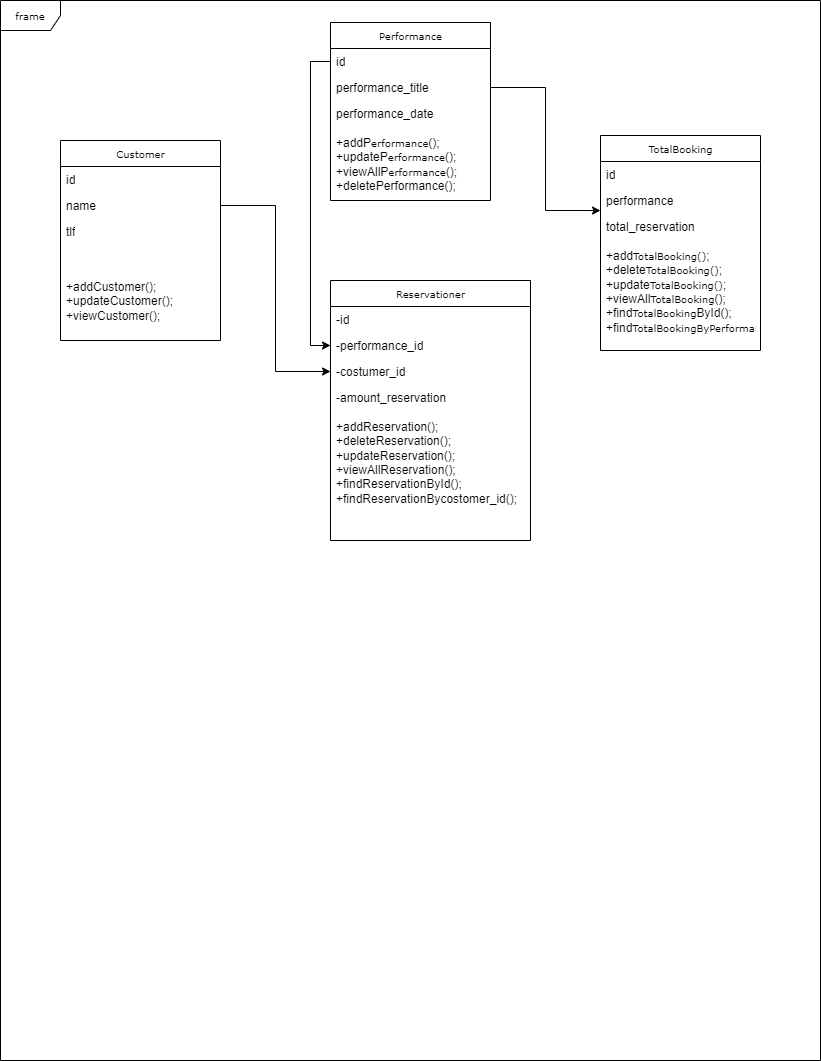
Above: Untitled Diagram.drawio.png in Mahnaz-karimi/Reserveration (draw.io), before the change. Source tidied: cells renumbered, new cells last; positions are measured from the earlier drawing's top-left corner, leaving out a move shared by most shapes.
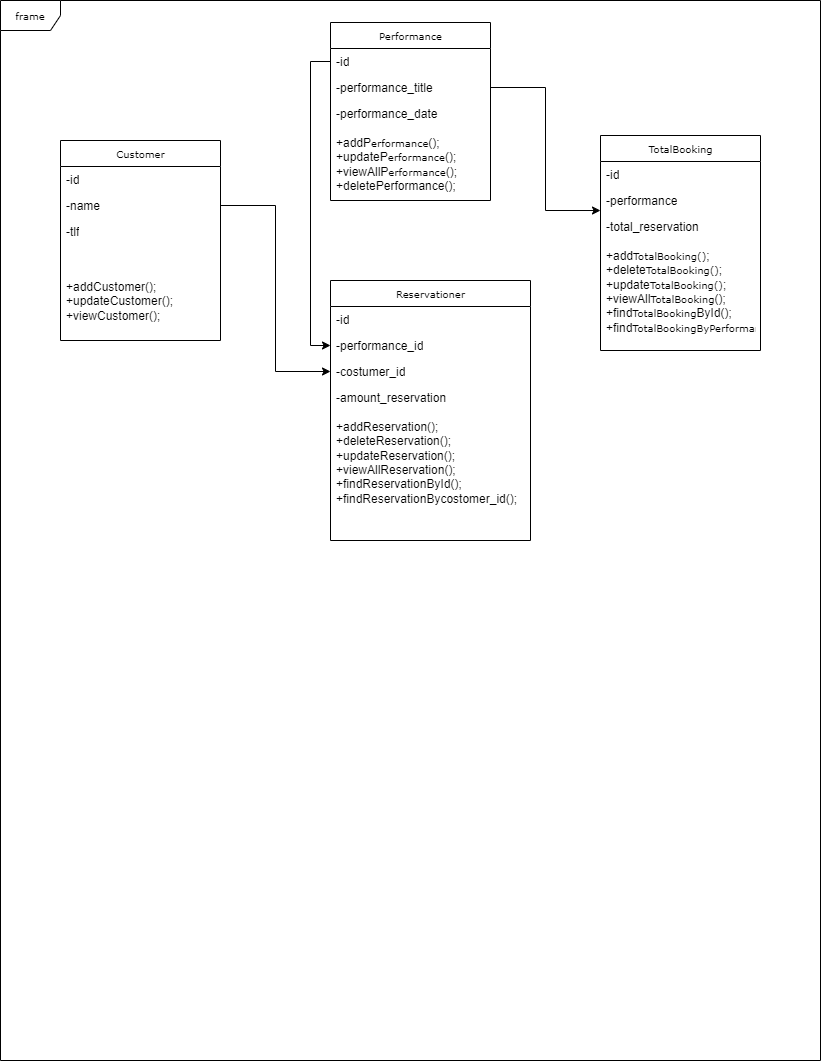
Later version of the same file.

Change to the diagram source:
```diff
@@ -23,37 +23,37 @@
     <mxCell id="8" value="Performance" style="swimlane;html=1;fontStyle=0;horizontal=1;startSize=26;fillColor=none;swimlaneFillColor=#ffffff;rounded=0;shadow=0;comic=0;labelBackgroundColor=none;strokeWidth=1;fontFamily=Verdana;fontSize=10;align=center;" parent="1" vertex="1">
       <mxGeometry x="330" y="22" width="160" height="178" as="geometry" />
     </mxCell>
-    <mxCell id="9" value="id" style="text;html=1;strokeColor=none;fillColor=none;align=left;verticalAlign=top;spacingLeft=4;spacingRight=4;whiteSpace=wrap;overflow=hidden;points=[[0,0.5],[1,0.5]];portConstraint=eastwest;" parent="8" vertex="1">
+    <mxCell id="9" value="-id" style="text;html=1;strokeColor=none;fillColor=none;align=left;verticalAlign=top;spacingLeft=4;spacingRight=4;whiteSpace=wrap;overflow=hidden;points=[[0,0.5],[1,0.5]];portConstraint=eastwest;" parent="8" vertex="1">
       <mxGeometry y="26" width="160" height="26" as="geometry" />
     </mxCell>
-    <mxCell id="10" value="performance_title" style="text;html=1;strokeColor=none;fillColor=none;align=left;verticalAlign=top;spacingLeft=4;spacingRight=4;whiteSpace=wrap;overflow=hidden;points=[[0,0.5],[1,0.5]];portConstraint=eastwest;" parent="8" vertex="1">
+    <mxCell id="10" value="-performance_title" style="text;html=1;strokeColor=none;fillColor=none;align=left;verticalAlign=top;spacingLeft=4;spacingRight=4;whiteSpace=wrap;overflow=hidden;points=[[0,0.5],[1,0.5]];portConstraint=eastwest;" parent="8" vertex="1">
       <mxGeometry y="52" width="160" height="26" as="geometry" />
     </mxCell>
-    <mxCell id="11" value="performance_date&lt;br&gt;&lt;br&gt;+addP&lt;span style=&quot;font-family: Verdana; font-size: 10px; text-align: center;&quot;&gt;erformance&lt;/span&gt;();&lt;br&gt;+updateP&lt;span style=&quot;font-family: Verdana; font-size: 10px; text-align: center;&quot;&gt;erformance&lt;/span&gt;();&lt;br&gt;+viewAllP&lt;span style=&quot;font-family: Verdana; font-size: 10px; text-align: center;&quot;&gt;erformance&lt;/span&gt;();&lt;br&gt;+deletePerformance();" style="text;html=1;strokeColor=none;fillColor=none;align=left;verticalAlign=top;spacingLeft=4;spacingRight=4;whiteSpace=wrap;overflow=hidden;" parent="8" vertex="1">
+    <mxCell id="11" value="-performance_date&lt;br&gt;&lt;br&gt;+addP&lt;span style=&quot;font-family: Verdana; font-size: 10px; text-align: center;&quot;&gt;erformance&lt;/span&gt;();&lt;br&gt;+updateP&lt;span style=&quot;font-family: Verdana; font-size: 10px; text-align: center;&quot;&gt;erformance&lt;/span&gt;();&lt;br&gt;+viewAllP&lt;span style=&quot;font-family: Verdana; font-size: 10px; text-align: center;&quot;&gt;erformance&lt;/span&gt;();&lt;br&gt;+deletePerformance();" style="text;html=1;strokeColor=none;fillColor=none;align=left;verticalAlign=top;spacingLeft=4;spacingRight=4;whiteSpace=wrap;overflow=hidden;" parent="8" vertex="1">
       <mxGeometry y="78" width="160" height="92" as="geometry" />
     </mxCell>
     <mxCell id="12" value="TotalBooking" style="swimlane;html=1;fontStyle=0;horizontal=1;startSize=26;fillColor=none;swimlaneFillColor=#ffffff;rounded=0;shadow=0;comic=0;labelBackgroundColor=none;strokeWidth=1;fontFamily=Verdana;fontSize=10;align=center;" parent="1" vertex="1">
       <mxGeometry x="600" y="135" width="160" height="215" as="geometry" />
     </mxCell>
-    <mxCell id="13" value="id" style="text;html=1;strokeColor=none;fillColor=none;align=left;verticalAlign=top;spacingLeft=4;spacingRight=4;whiteSpace=wrap;overflow=hidden;" parent="12" vertex="1">
+    <mxCell id="13" value="-id" style="text;html=1;strokeColor=none;fillColor=none;align=left;verticalAlign=top;spacingLeft=4;spacingRight=4;whiteSpace=wrap;overflow=hidden;" parent="12" vertex="1">
       <mxGeometry y="26" width="160" height="26" as="geometry" />
     </mxCell>
-    <mxCell id="14" value="performance" style="text;html=1;strokeColor=none;fillColor=none;align=left;verticalAlign=top;spacingLeft=4;spacingRight=4;whiteSpace=wrap;overflow=hidden;points=[[0,0.5],[1,0.5]];portConstraint=eastwest;" parent="12" vertex="1">
+    <mxCell id="14" value="-performance" style="text;html=1;strokeColor=none;fillColor=none;align=left;verticalAlign=top;spacingLeft=4;spacingRight=4;whiteSpace=wrap;overflow=hidden;points=[[0,0.5],[1,0.5]];portConstraint=eastwest;" parent="12" vertex="1">
       <mxGeometry y="52" width="160" height="26" as="geometry" />
     </mxCell>
-    <mxCell id="15" value="total_reservation&lt;br&gt;&lt;br&gt;+add&lt;span style=&quot;font-family: Verdana; font-size: 10px; text-align: center;&quot;&gt;TotalBooking()&lt;/span&gt;;&lt;br&gt;+delete&lt;span style=&quot;font-family: Verdana; font-size: 10px; text-align: center;&quot;&gt;TotalBooking()&lt;/span&gt;;&lt;br&gt;+update&lt;span style=&quot;font-family: Verdana; font-size: 10px; text-align: center;&quot;&gt;TotalBooking()&lt;/span&gt;;&lt;br&gt;+viewAll&lt;span style=&quot;font-family: Verdana; font-size: 10px; text-align: center;&quot;&gt;TotalBooking&lt;/span&gt;();&lt;br&gt;+find&lt;span style=&quot;font-family: Verdana; font-size: 10px; text-align: center;&quot;&gt;TotalBooking&lt;/span&gt;ById();&lt;br&gt;+find&lt;span style=&quot;font-family: Verdana; font-size: 10px; text-align: center;&quot;&gt;TotalBookingByPerformance()&lt;/span&gt;;" style="text;html=1;strokeColor=none;fillColor=none;align=left;verticalAlign=top;spacingLeft=4;spacingRight=4;whiteSpace=wrap;overflow=hidden;" parent="12" vertex="1">
+    <mxCell id="15" value="-total_reservation&lt;br&gt;&lt;br&gt;+add&lt;span style=&quot;font-family: Verdana; font-size: 10px; text-align: center;&quot;&gt;TotalBooking()&lt;/span&gt;;&lt;br&gt;+delete&lt;span style=&quot;font-family: Verdana; font-size: 10px; text-align: center;&quot;&gt;TotalBooking()&lt;/span&gt;;&lt;br&gt;+update&lt;span style=&quot;font-family: Verdana; font-size: 10px; text-align: center;&quot;&gt;TotalBooking()&lt;/span&gt;;&lt;br&gt;+viewAll&lt;span style=&quot;font-family: Verdana; font-size: 10px; text-align: center;&quot;&gt;TotalBooking&lt;/span&gt;();&lt;br&gt;+find&lt;span style=&quot;font-family: Verdana; font-size: 10px; text-align: center;&quot;&gt;TotalBooking&lt;/span&gt;ById();&lt;br&gt;+find&lt;span style=&quot;font-family: Verdana; font-size: 10px; text-align: center;&quot;&gt;TotalBookingByPerformance()&lt;/span&gt;;" style="text;html=1;strokeColor=none;fillColor=none;align=left;verticalAlign=top;spacingLeft=4;spacingRight=4;whiteSpace=wrap;overflow=hidden;" parent="12" vertex="1">
       <mxGeometry y="78" width="160" height="120" as="geometry" />
     </mxCell>
     <mxCell id="16" value="Customer" style="swimlane;html=1;fontStyle=0;horizontal=1;startSize=26;fillColor=none;swimlaneFillColor=#ffffff;rounded=0;shadow=0;comic=0;labelBackgroundColor=none;strokeWidth=1;fontFamily=Verdana;fontSize=10;align=center;" parent="1" vertex="1">
       <mxGeometry x="60" y="140" width="160" height="200" as="geometry" />
     </mxCell>
-    <mxCell id="17" value="id" style="text;html=1;strokeColor=none;fillColor=none;align=left;verticalAlign=top;spacingLeft=4;spacingRight=4;whiteSpace=wrap;overflow=hidden;" parent="16" vertex="1">
+    <mxCell id="17" value="-id" style="text;html=1;strokeColor=none;fillColor=none;align=left;verticalAlign=top;spacingLeft=4;spacingRight=4;whiteSpace=wrap;overflow=hidden;" parent="16" vertex="1">
       <mxGeometry y="26" width="160" height="26" as="geometry" />
     </mxCell>
-    <mxCell id="18" value="name" style="text;html=1;strokeColor=none;fillColor=none;align=left;verticalAlign=top;spacingLeft=4;spacingRight=4;whiteSpace=wrap;overflow=hidden;points=[[0,0.5],[1,0.5]];portConstraint=eastwest;" parent="16" vertex="1">
+    <mxCell id="18" value="-name" style="text;html=1;strokeColor=none;fillColor=none;align=left;verticalAlign=top;spacingLeft=4;spacingRight=4;whiteSpace=wrap;overflow=hidden;points=[[0,0.5],[1,0.5]];portConstraint=eastwest;" parent="16" vertex="1">
       <mxGeometry y="52" width="160" height="26" as="geometry" />
     </mxCell>
-    <mxCell id="19" value="tlf" style="text;html=1;strokeColor=none;fillColor=none;align=left;verticalAlign=top;spacingLeft=4;spacingRight=4;whiteSpace=wrap;overflow=hidden;" parent="16" vertex="1">
+    <mxCell id="19" value="-tlf" style="text;html=1;strokeColor=none;fillColor=none;align=left;verticalAlign=top;spacingLeft=4;spacingRight=4;whiteSpace=wrap;overflow=hidden;" parent="16" vertex="1">
       <mxGeometry y="78" width="160" height="26" as="geometry" />
     </mxCell>
     <mxCell id="20" value="&lt;br&gt;&lt;br&gt;+addCustomer();&lt;br&gt;+updateCustomer();&lt;br&gt;+viewCustomer();" style="text;html=1;strokeColor=none;fillColor=none;align=left;verticalAlign=top;spacingLeft=4;spacingRight=4;whiteSpace=wrap;overflow=hidden;" parent="16" vertex="1">
```
